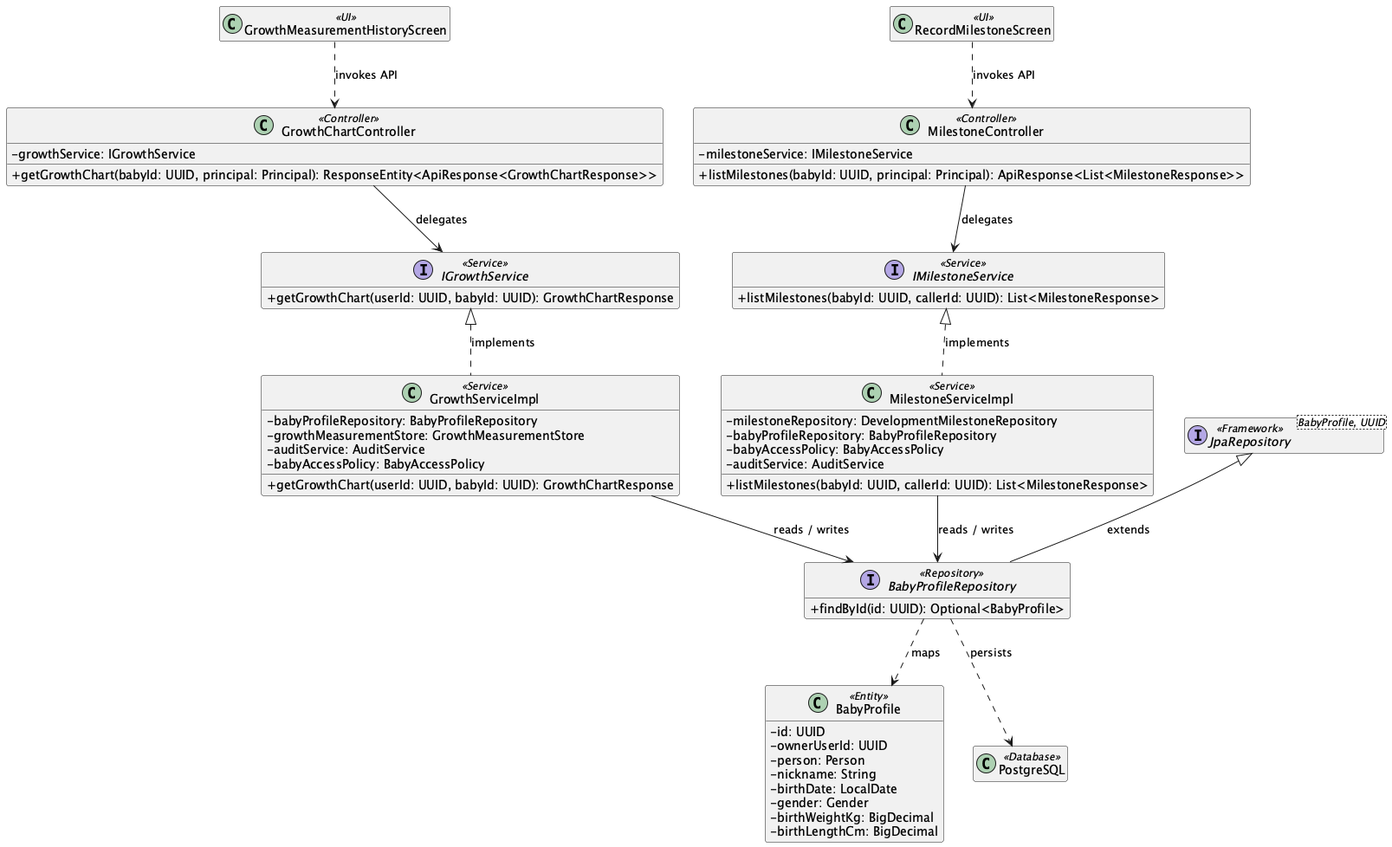
ChuongBDHE172784/CareBridge_SEP490_G79 keeps this PlantUML diagram as 03_Design/Detailed_Design/MF03_Baby_Care_Journey_Growth_Vaccination/images/02_Growth_and_Development_Tracking_ClassDiagram.png. Above is the earlier version. Source of this version:
```plantuml
@startuml
skinparam classAttributeIconSize 0
hide empty members

class "GrowthMeasurementHistoryScreen" as UIGrowthMeasurementHistoryScreen <<UI>>
class "RecordMilestoneScreen" as UIRecordMilestoneScreen <<UI>>
class "GrowthChartController" as ControllerGrowthChartController <<Controller>> {
  - growthService: IGrowthService
  + getGrowthChart(babyId: UUID, principal: Principal): ResponseEntity<ApiResponse<GrowthChartResponse>>
}
class "MilestoneController" as ControllerMilestoneController <<Controller>> {
  - milestoneService: IMilestoneService
  + listMilestones(babyId: UUID, principal: Principal): ApiResponse<List<MilestoneResponse>>
}
interface "IGrowthService" as ServiceContractIGrowthService <<Service>> {
  + getGrowthChart(userId: UUID, babyId: UUID): GrowthChartResponse
}
class "GrowthServiceImpl" as ServiceGrowthServiceImpl <<Service>> {
  - babyProfileRepository: BabyProfileRepository
  - growthMeasurementStore: GrowthMeasurementStore
  - auditService: AuditService
  - babyAccessPolicy: BabyAccessPolicy
  + getGrowthChart(userId: UUID, babyId: UUID): GrowthChartResponse
}
ServiceContractIGrowthService <|.. ServiceGrowthServiceImpl : implements
interface "IMilestoneService" as ServiceContractIMilestoneService <<Service>> {
  + listMilestones(babyId: UUID, callerId: UUID): List<MilestoneResponse>
}
class "MilestoneServiceImpl" as ServiceMilestoneServiceImpl <<Service>> {
  - milestoneRepository: DevelopmentMilestoneRepository
  - babyProfileRepository: BabyProfileRepository
  - babyAccessPolicy: BabyAccessPolicy
  - auditService: AuditService
  + listMilestones(babyId: UUID, callerId: UUID): List<MilestoneResponse>
}
ServiceContractIMilestoneService <|.. ServiceMilestoneServiceImpl : implements
interface "BabyProfileRepository" as RepositoryBabyProfileRepository <<Repository>> {
  + findById(id: UUID): Optional<BabyProfile>
}
class "BabyProfile" as EntityBabyProfile <<Entity>> {
  - id: UUID
  - ownerUserId: UUID
  - person: Person
  - nickname: String
  - birthDate: LocalDate
  - gender: Gender
  - birthWeightKg: BigDecimal
  - birthLengthCm: BigDecimal
}
interface "JpaRepository<BabyProfile, UUID>" as RepositoryBaseBabyProfileRepository <<Framework>>
RepositoryBaseBabyProfileRepository <|-- RepositoryBabyProfileRepository : extends
class "PostgreSQL" as DB <<Database>>
UIGrowthMeasurementHistoryScreen ..> ControllerGrowthChartController : invokes API
UIRecordMilestoneScreen ..> ControllerMilestoneController : invokes API
ControllerGrowthChartController --> ServiceContractIGrowthService : delegates
ControllerMilestoneController --> ServiceContractIMilestoneService : delegates
ServiceGrowthServiceImpl --> RepositoryBabyProfileRepository : reads / writes
ServiceMilestoneServiceImpl --> RepositoryBabyProfileRepository : reads / writes
RepositoryBabyProfileRepository ..> EntityBabyProfile : maps
RepositoryBabyProfileRepository ..> DB : persists
@enduml
```
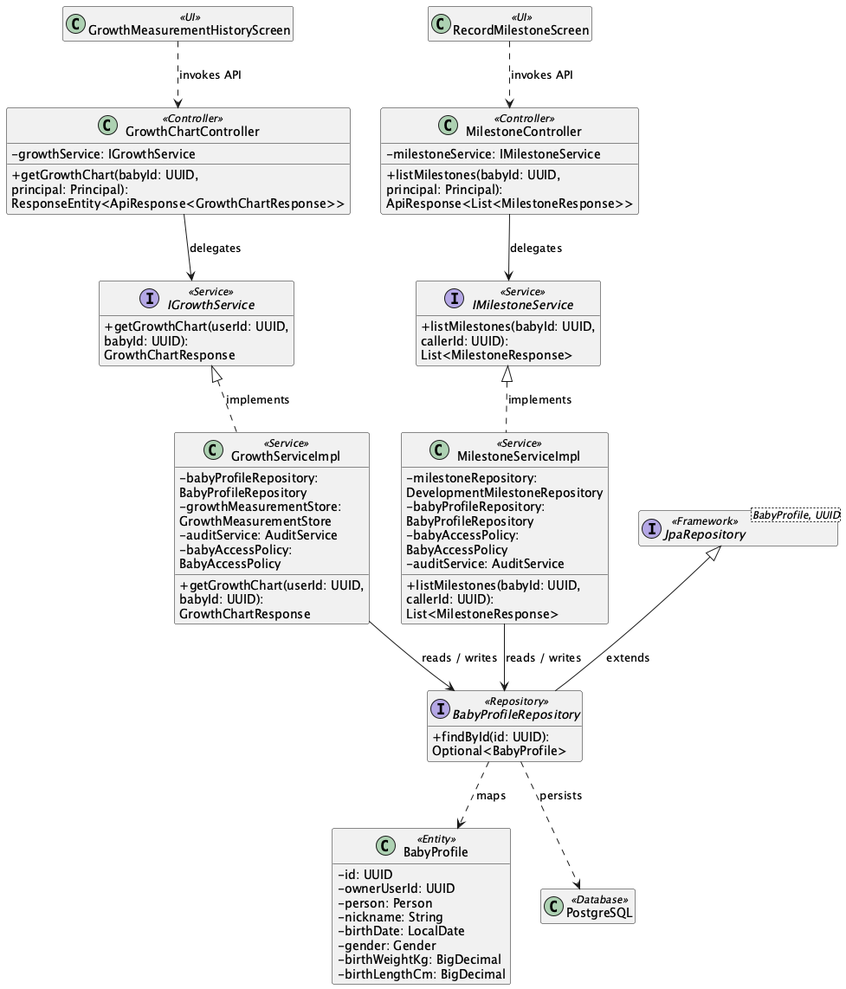
The same file after the commit.

Change to the diagram source:
```diff
@@ -1,5 +1,6 @@
-@startuml
+@startuml ClassDiagram_02GrowthandDevelopmentTracking
 skinparam classAttributeIconSize 0
+skinparam wrapWidth 250
 hide empty members
 
 class "GrowthMeasurementHistoryScreen" as UIGrowthMeasurementHistoryScreen <<UI>>
```
